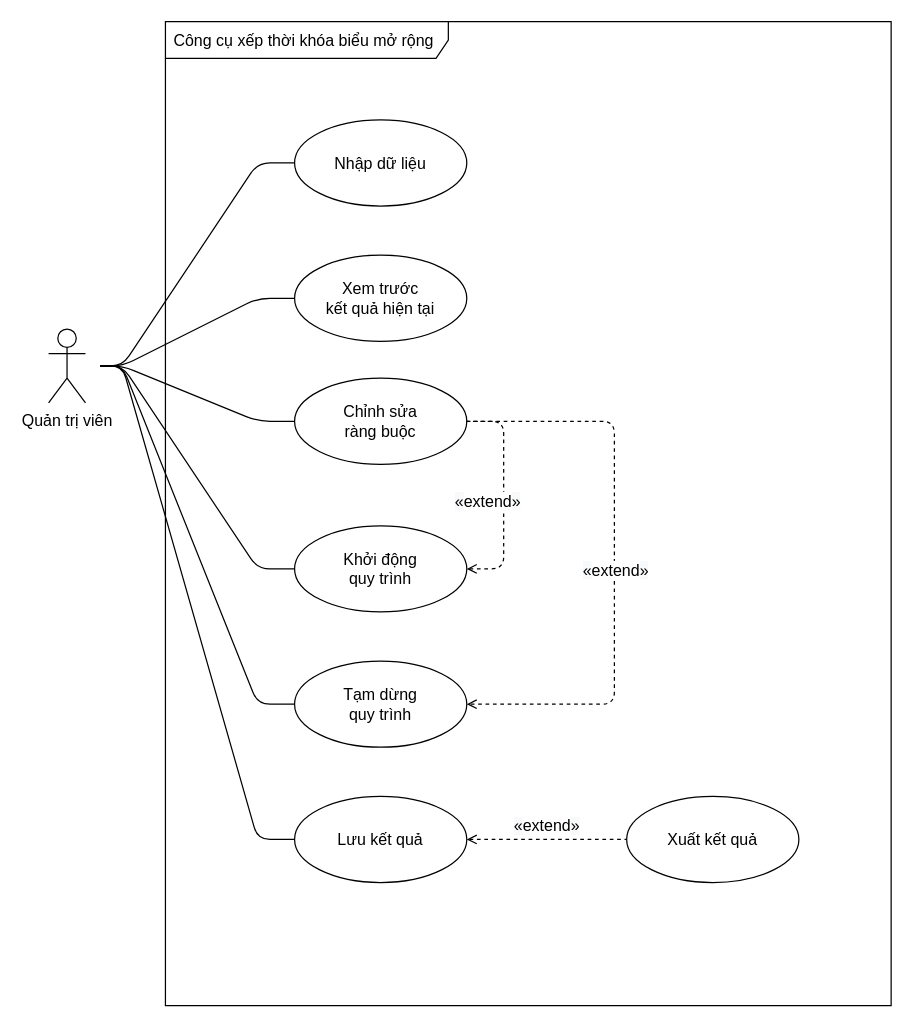
This is page "UseCase" (2 of 6) of draw.drawio from lehongduc200115/unitime-do-an, a draw.io file, before an edit. Source tidied: cells renumbered, new cells numbered last; positions are measured from the earlier drawing's top-left corner, leaving out a move shared by most shapes. Both pictures are drawn from the tidied source at 123%, with x=0, y=0 at pixel (48, 21).
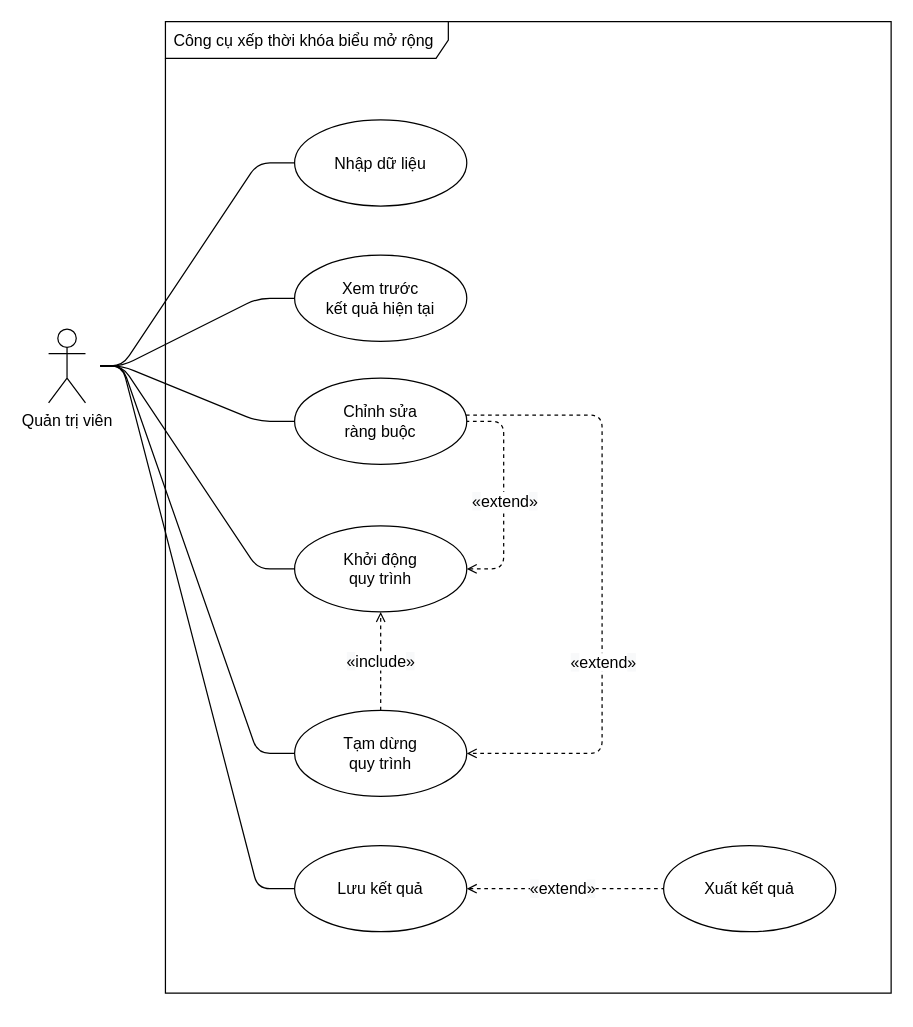
The same page after the edit.

The change refers to these unchanged cells:
```xml
<mxCell id="17" value="Chỉnh sửa&lt;br&gt;ràng buộc" style="ellipse;whiteSpace=wrap;html=1;fontSize=13;" parent="1" vertex="1">
  <mxGeometry x="200" y="290" width="140" height="70" as="geometry" />
</mxCell>
<mxCell id="18" style="edgeStyle=entityRelationEdgeStyle;html=1;fontSize=13;startArrow=open;startFill=0;endArrow=none;endFill=0;sourcePerimeterSpacing=0;dashed=1;" parent="1" edge="1" source="20" target="17">
  <mxGeometry relative="1" as="geometry" />
</mxCell>
<mxCell id="20" value="Khởi động&lt;br&gt;quy trình" style="ellipse;whiteSpace=wrap;html=1;fontSize=13;" parent="1" vertex="1">
  <mxGeometry x="200" y="410" width="140" height="70" as="geometry" />
</mxCell>
```

Change to the diagram source:
```diff
@@
     <mxCell id="2" value="Công cụ xếp thời khóa biểu mở rộng" style="shape=umlFrame;whiteSpace=wrap;html=1;width=230;height=30;boundedLbl=1;verticalAlign=middle;align=left;spacingLeft=5;fontSize=13;" parent="1" vertex="1">
-      <mxGeometry x="95" width="590" height="800" as="geometry" />
+      <mxGeometry x="95" width="590" height="790" as="geometry" />
     </mxCell>
@@
-    <mxCell id="11" value="&lt;span style=&quot;background-color: rgb(248 , 249 , 250)&quot;&gt;«&lt;/span&gt;extend&lt;span style=&quot;background-color: rgb(248 , 249 , 250)&quot;&gt;»&lt;/span&gt;" style="edgeStyle=entityRelationEdgeStyle;html=1;fontSize=13;endArrow=none;endFill=0;sourcePerimeterSpacing=0;dashed=1;startArrow=open;startFill=0;" parent="1" edge="1" source="12" target="13">
-      <mxGeometry y="11" relative="1" as="geometry" />
+    <mxCell id="11" value="&lt;span style=&quot;background-color: rgb(248 , 249 , 250)&quot;&gt;«&lt;/span&gt;extend&lt;span style=&quot;background-color: rgb(248 , 249 , 250)&quot;&gt;»&lt;/span&gt;" style="html=1;fontSize=13;endArrow=none;endFill=0;sourcePerimeterSpacing=0;dashed=1;startArrow=open;startFill=0;" parent="1" edge="1" source="12" target="13">
+      <mxGeometry x="-0.02" relative="1" as="geometry" />
     </mxCell>
     <mxCell id="12" value="Lưu kết quả" style="ellipse;whiteSpace=wrap;html=1;fontSize=13;" parent="1" vertex="1">
-      <mxGeometry x="200" y="630" width="140" height="70" as="geometry" />
+      <mxGeometry x="200" y="670" width="140" height="70" as="geometry" />
     </mxCell>
     <mxCell id="13" value="Xuất kết quả" style="ellipse;whiteSpace=wrap;html=1;fontSize=13;" parent="1" vertex="1">
-      <mxGeometry x="470" y="630" width="140" height="70" as="geometry" />
+      <mxGeometry x="500" y="670" width="140" height="70" as="geometry" />
     </mxCell>
@@
     <mxCell id="15" style="edgeStyle=orthogonalEdgeStyle;html=1;fontSize=13;startArrow=none;startFill=0;endArrow=open;endFill=0;sourcePerimeterSpacing=0;dashed=1;" parent="1" edge="1" source="17" target="21">
       <mxGeometry relative="1" as="geometry">
         <Array as="points">
-          <mxPoint x="460" y="325" />
-          <mxPoint x="460" y="555" />
+          <mxPoint x="450" y="320" />
+          <mxPoint x="450" y="595" />
         </Array>
       </mxGeometry>
     </mxCell>
     <mxCell id="16" value="&lt;span style=&quot;background-color: rgb(248 , 249 , 250)&quot;&gt;«&lt;/span&gt;extend&lt;span style=&quot;background-color: rgb(248 , 249 , 250)&quot;&gt;»&lt;/span&gt;" style="edgeLabel;html=1;align=center;verticalAlign=middle;fontSize=13;" parent="15" vertex="1">
       <mxGeometry x="0.23" y="1" relative="1" as="geometry">
-        <mxPoint x="-1" y="-49" as="offset" />
+        <mxPoint x="-1" y="6" as="offset" />
       </mxGeometry>
     </mxCell>
@@
     <mxCell id="19" value="&lt;span style=&quot;background-color: rgb(248 , 249 , 250)&quot;&gt;«&lt;/span&gt;extend&lt;span style=&quot;background-color: rgb(248 , 249 , 250)&quot;&gt;»&lt;/span&gt;" style="edgeLabel;html=1;align=center;verticalAlign=middle;fontSize=13;" parent="18" vertex="1">
       <mxGeometry x="0.04" y="1" relative="1" as="geometry">
-        <mxPoint x="-13" y="8" as="offset" />
+        <mxPoint x="1" y="8" as="offset" />
       </mxGeometry>
     </mxCell>
@@
+    <mxCell id="22" value="&lt;span style=&quot;color: rgb(0 , 0 , 0) ; font-family: &amp;#34;helvetica&amp;#34; ; font-size: 13px ; font-style: normal ; font-weight: 400 ; letter-spacing: normal ; text-align: center ; text-indent: 0px ; text-transform: none ; word-spacing: 0px ; background-color: rgb(248 , 249 , 250)&quot;&gt;«&lt;/span&gt;&lt;span style=&quot;color: rgb(0 , 0 , 0) ; font-family: &amp;#34;helvetica&amp;#34; ; font-size: 13px ; font-style: normal ; font-weight: 400 ; letter-spacing: normal ; text-align: center ; text-indent: 0px ; text-transform: none ; word-spacing: 0px ; background-color: rgb(255 , 255 , 255)&quot;&gt;include&lt;/span&gt;&lt;span style=&quot;color: rgb(0 , 0 , 0) ; font-family: &amp;#34;helvetica&amp;#34; ; font-size: 13px ; font-style: normal ; font-weight: 400 ; letter-spacing: normal ; text-align: center ; text-indent: 0px ; text-transform: none ; word-spacing: 0px ; background-color: rgb(248 , 249 , 250)&quot;&gt;»&lt;/span&gt;" style="edgeStyle=orthogonalEdgeStyle;html=1;endArrow=open;endFill=0;startArrow=none;startFill=0;dashed=1;" parent="1" edge="1" source="21" target="20">
+      <mxGeometry relative="1" as="geometry" />
+    </mxCell>
     <mxCell id="21" value="Tạm dừng&lt;br&gt;quy trình" style="ellipse;whiteSpace=wrap;html=1;fontSize=13;" parent="1" vertex="1">
-      <mxGeometry x="200" y="520" width="140" height="70" as="geometry" />
+      <mxGeometry x="200" y="560" width="140" height="70" as="geometry" />
     </mxCell>
```
